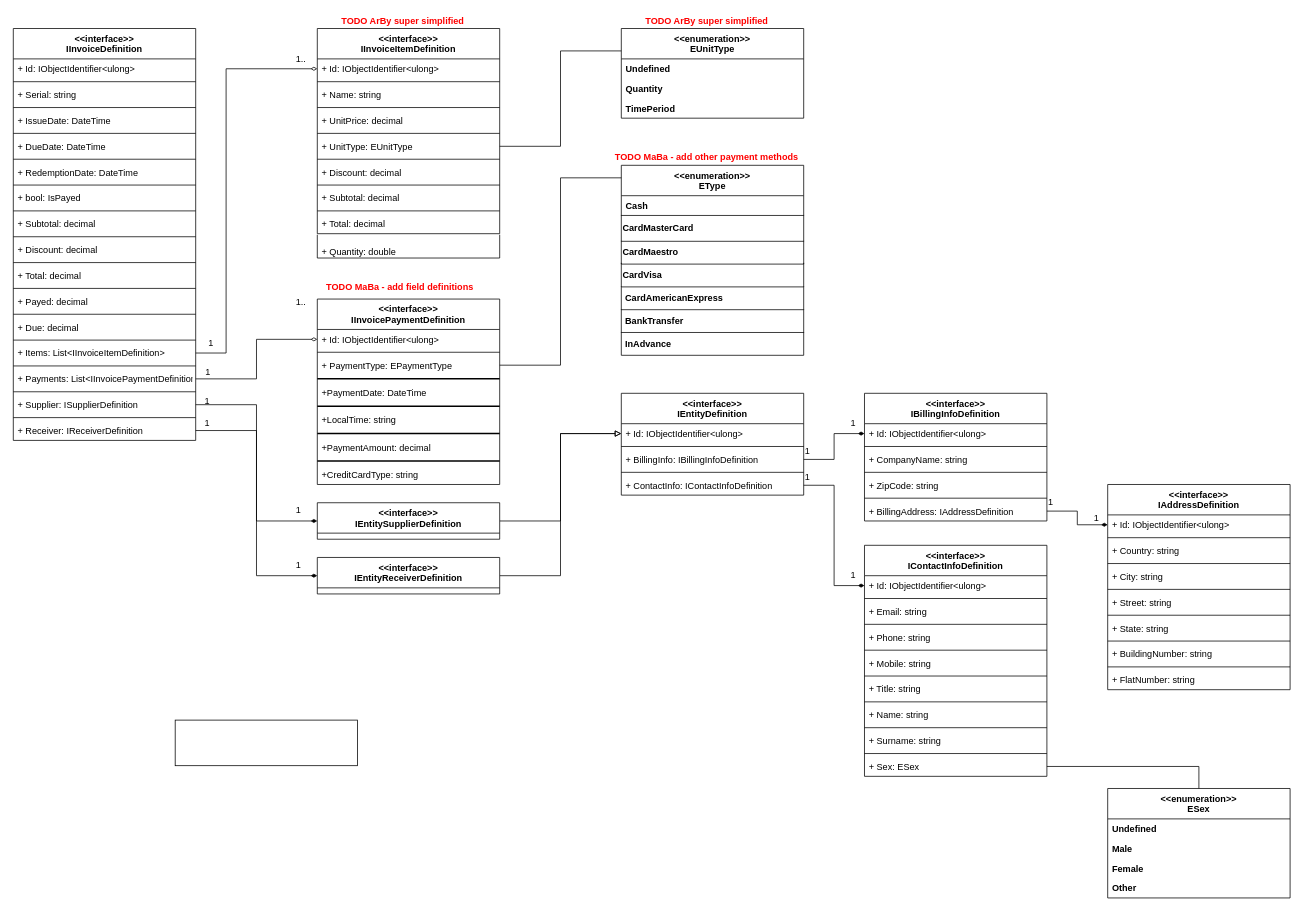
This is Documentation/Diagrams/UML-Model/ivms-model-uml-source.drawio from MaciejBesaraba/wsei-InvoiceManagmentStudio, a draw.io file, before an edit. Source tidied: cells renumbered, new cells numbered last; positions are measured from the earlier drawing's top-left corner, leaving out a move shared by most shapes. Both pictures are drawn from the tidied source at 76%, with x=0, y=0 at pixel (13, 13).
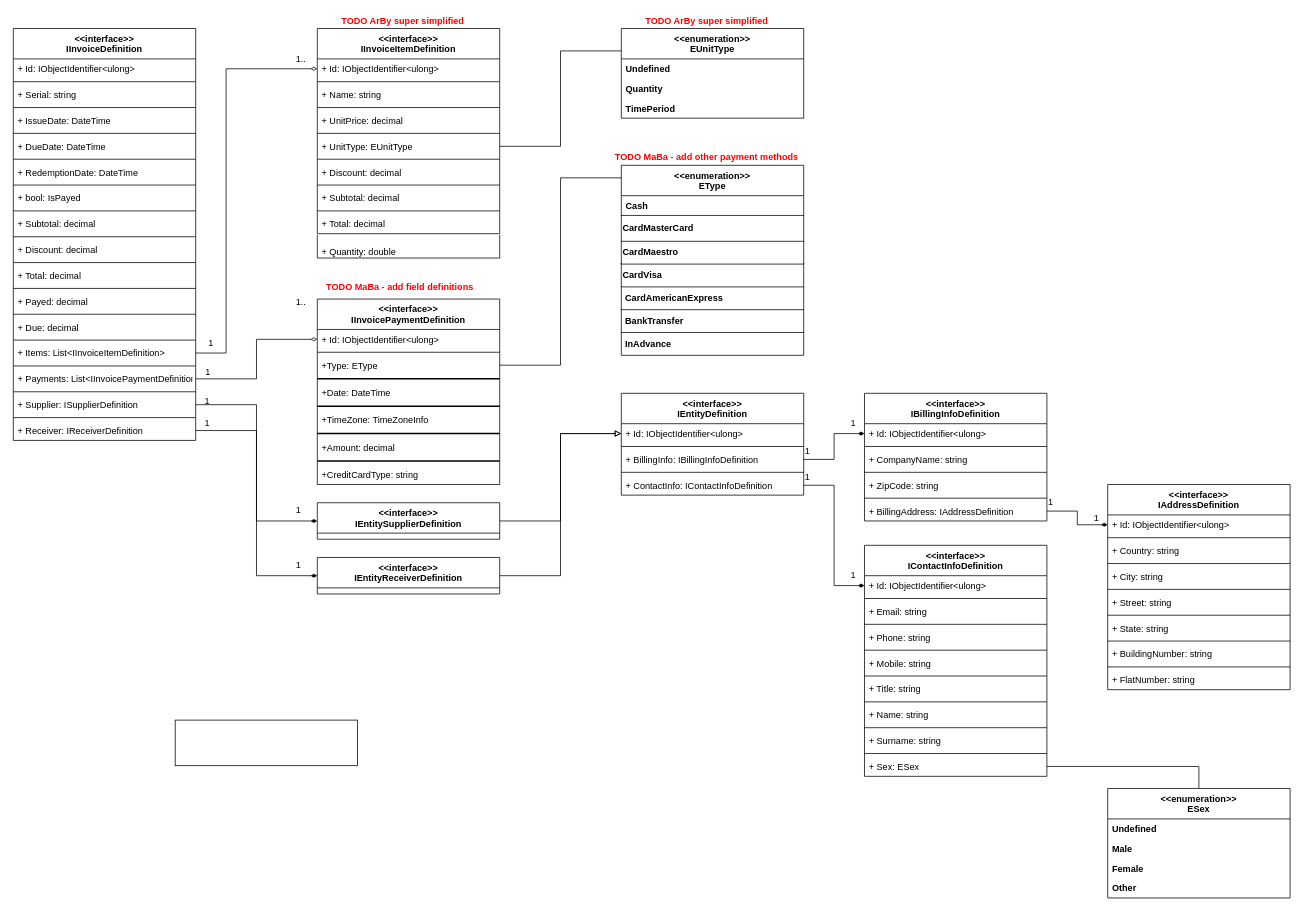
After the change.

Unchanged cells that the change refers to:
```xml
<mxCell id="46" value="&lt;&lt;interface&gt;&gt;&#10;IInvoicePaymentDefinition" style="swimlane;fontStyle=1;align=center;verticalAlign=top;horizontal=1;startSize=40;" parent="1" vertex="1">
  <mxGeometry x="400" y="376" width="240" height="244" as="geometry" />
</mxCell>
```

Change to the diagram source:
```diff
@@
-    <mxCell id="49" value="+ PaymentType: EPaymentType" style="text;strokeColor=none;fillColor=none;align=left;verticalAlign=top;spacingLeft=4;spacingRight=4;overflow=hidden;points=[[0,0.5],[1,0.5]];portConstraint=eastwest;" parent="46" vertex="1">
+    <mxCell id="49" value="+Type: EType" style="text;strokeColor=none;fillColor=none;align=left;verticalAlign=top;spacingLeft=4;spacingRight=4;overflow=hidden;points=[[0,0.5],[1,0.5]];portConstraint=eastwest;" parent="46" vertex="1">
       <mxGeometry y="74" width="240" height="26" as="geometry" />
     </mxCell>
@@
-    <mxCell id="51" value="+PaymentDate: DateTime" style="text;strokeColor=none;fillColor=none;align=left;verticalAlign=top;spacingLeft=4;spacingRight=4;overflow=hidden;" parent="46" vertex="1">
+    <mxCell id="51" value="+Date: DateTime" style="text;strokeColor=none;fillColor=none;align=left;verticalAlign=top;spacingLeft=4;spacingRight=4;overflow=hidden;" parent="46" vertex="1">
       <mxGeometry y="110" width="240" height="26" as="geometry" />
     </mxCell>
@@
-    <mxCell id="53" value="+LocalTime: string" style="text;strokeColor=none;fillColor=none;align=left;verticalAlign=top;spacingLeft=4;spacingRight=4;overflow=hidden;" parent="46" vertex="1">
+    <mxCell id="53" value="+TimeZone: TimeZoneInfo" style="text;strokeColor=none;fillColor=none;align=left;verticalAlign=top;spacingLeft=4;spacingRight=4;overflow=hidden;" parent="46" vertex="1">
       <mxGeometry y="146" width="240" height="26" as="geometry" />
     </mxCell>
@@
-    <mxCell id="55" value="+PaymentAmount: decimal" style="text;strokeColor=none;fillColor=none;align=left;verticalAlign=top;spacingLeft=4;spacingRight=4;overflow=hidden;" parent="46" vertex="1">
+    <mxCell id="55" value="+Amount: decimal" style="text;strokeColor=none;fillColor=none;align=left;verticalAlign=top;spacingLeft=4;spacingRight=4;overflow=hidden;" parent="46" vertex="1">
       <mxGeometry y="182" width="240" height="26" as="geometry" />
     </mxCell>
```
